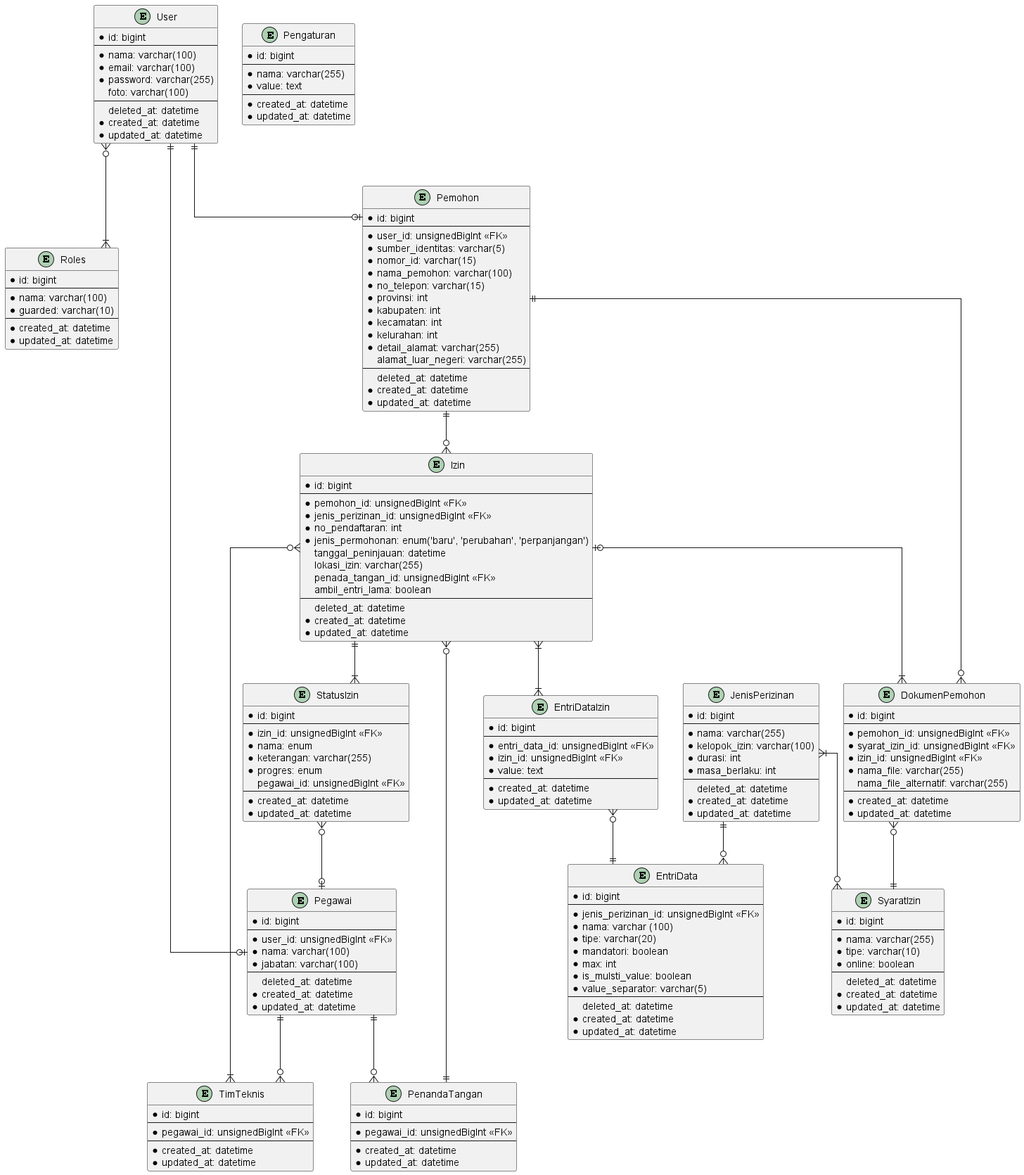
The PlantUML diagram docs/diagrams/out/pmptsp.png in maleolabs/nest-nestara-web, before a commit.
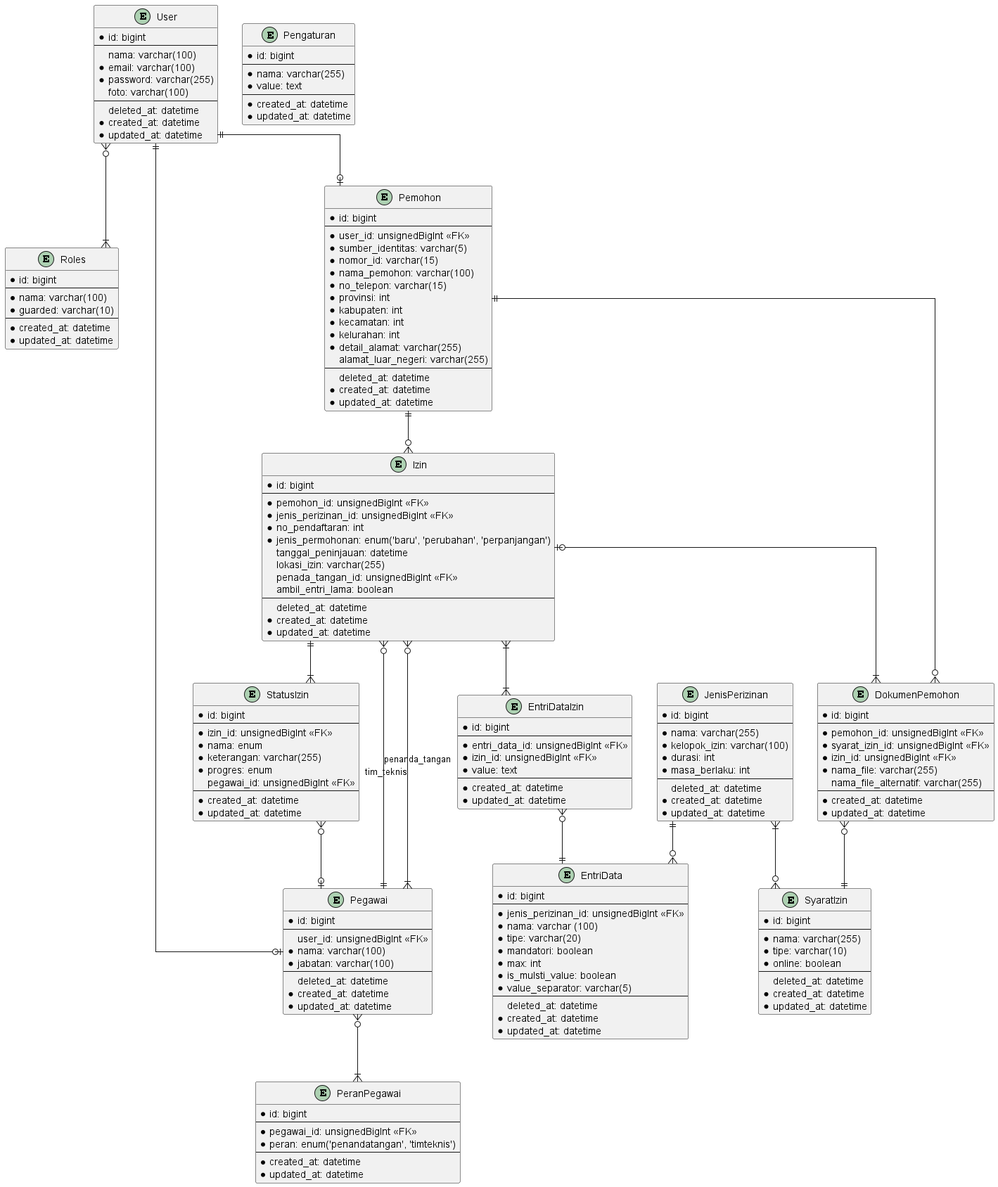
After the change.

What changed in the source:
```diff
@@ -5,7 +5,7 @@
 entity User {
     * id: bigint
     --
-    * nama: varchar(100)
+      nama: varchar(100)
     * email: varchar(100)
     * password: varchar(255)
       foto: varchar(100)
@@ -28,7 +28,7 @@
 entity Pegawai {
     * id: bigint
     --
-    * user_id: unsignedBigInt <<FK>>
+      user_id: unsignedBigInt <<FK>>
     * nama: varchar(100)
     * jabatan: varchar(100)
     --
@@ -37,19 +37,11 @@
     * updated_at: datetime
 }
 
-entity PenandaTangan {
+entity PeranPegawai {
     * id: bigint
     --
     * pegawai_id: unsignedBigInt <<FK>>
-    --
-    * created_at: datetime
-    * updated_at: datetime
-}
-
-entity TimTeknis {
-    * id: bigint
-    --
-    * pegawai_id: unsignedBigInt <<FK>>
+    * peran: enum('penandatangan', 'timteknis')
     --
     * created_at: datetime
     * updated_at: datetime
@@ -183,8 +175,7 @@
 User }o--|{ Roles
 User ||--o| Pemohon
 User ||--o| Pegawai
-Pegawai ||--o{ PenandaTangan
-Pegawai ||--o{ TimTeknis
+Pegawai }o--|{ PeranPegawai
 JenisPerizinan }|--o{ SyaratIzin
 JenisPerizinan ||--o{ EntriData
 EntriDataIzin }o--|| EntriData
@@ -194,8 +185,8 @@
 Izin |o--|{ DokumenPemohon
 Izin ||--|{ StatusIzin
 Izin }|--|{ EntriDataIzin
-Izin }o--|| PenandaTangan
-Izin }o--|{ TimTeknis
+Izin }o--|| Pegawai: penanda_tangan
+Izin }o--|{ Pegawai: tim_teknis
 StatusIzin }o--o| Pegawai
 
 @enduml
```
